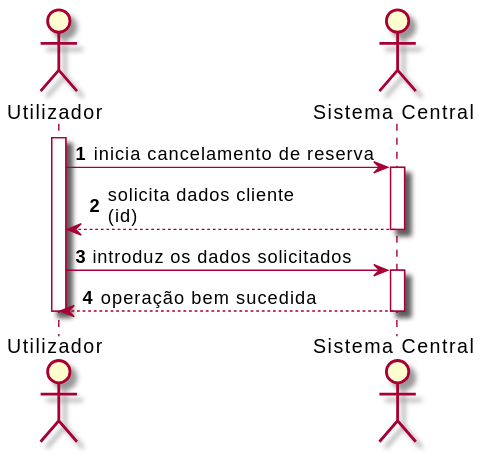
Earlier version of the PlantUML export Documentos/Sprint3/UC3/UC3_SSD.svg (UPskillDOTNET/Jakim-das-Coives-S.A.). Source of this version:
```plantuml
@startuml
autonumber
actor "Utilizador" as UserNR
actor "Sistema Central" as API

activate UserNR
UserNR -> "API" : inicia cancelamento de reserva
activate "API"
"API" --> UserNR : solicita dados cliente \n(id)
deactivate "API"

UserNR -> "API" : introduz os dados solicitados
activate "API"

"API" --> UserNR : operação bem sucedida
deactivate "API"

deactivate UserNR
@enduml
```
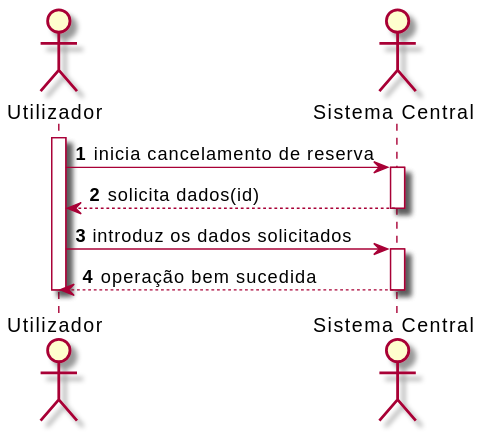
The same file after the commit.

The edit, as a diff of the source:
```diff
@@ -6,7 +6,7 @@
 activate UserNR
 UserNR -> "API" : inicia cancelamento de reserva
 activate "API"
-"API" --> UserNR : solicita dados cliente \n(id)
+"API" --> UserNR : solicita dados(id)
 deactivate "API"
 
 UserNR -> "API" : introduz os dados solicitados
```
